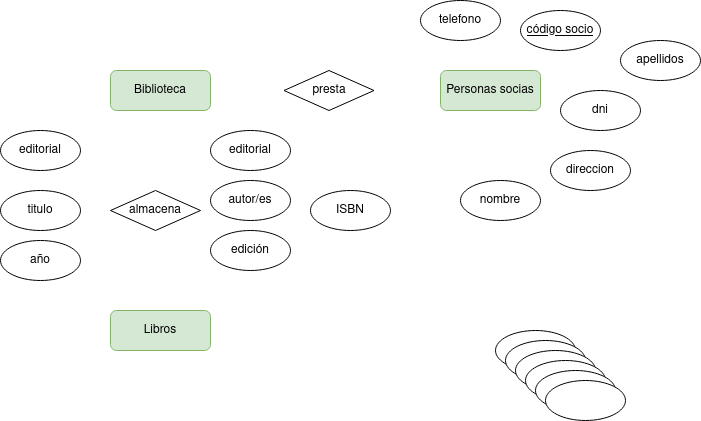
LuisMGlez/base-datos keeps this draw.io diagram as Unidad-1/Tareas/Tarea-6/Ejercicio7.drawio.png. Above is the earlier version. Source tidied: cells renumbered, new cells last; positions are measured from the earlier drawing's top-left corner, leaving out a move shared by most shapes.
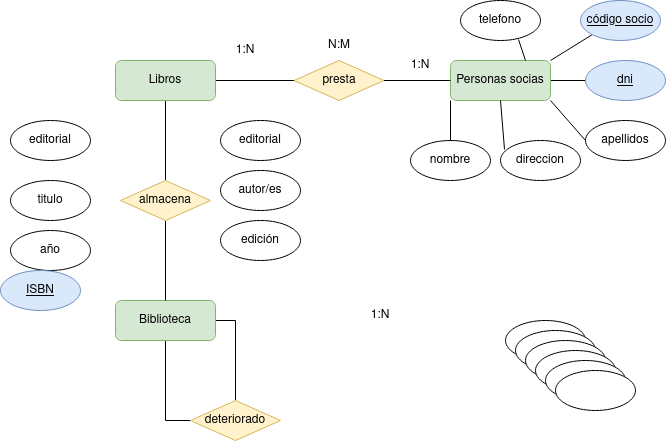
The same file after the commit.

Diff of the diagram source:
```diff
@@ -2,19 +2,49 @@
   <root>
     <mxCell id="0" />
     <mxCell id="1" parent="0" />
+    <mxCell id="26" style="rounded=0;jettySize=auto;html=1;exitX=0;exitY=1;exitDx=0;exitDy=0;endArrow=none;endFill=0;" parent="1" edge="1" source="2" target="10">
+      <mxGeometry relative="1" as="geometry" />
+    </mxCell>
+    <mxCell id="27" style="rounded=0;jettySize=auto;html=1;exitX=1;exitY=1;exitDx=0;exitDy=0;entryX=0;entryY=0.5;entryDx=0;entryDy=0;endArrow=none;endFill=0;" parent="1" edge="1" source="2" target="9">
+      <mxGeometry relative="1" as="geometry" />
+    </mxCell>
+    <mxCell id="28" style="rounded=0;jettySize=auto;html=1;exitX=1;exitY=0;exitDx=0;exitDy=0;entryX=0;entryY=1;entryDx=0;entryDy=0;endArrow=none;endFill=0;" parent="1" edge="1" source="2" target="14">
+      <mxGeometry relative="1" as="geometry" />
+    </mxCell>
+    <mxCell id="29" style="edgeStyle=orthogonalEdgeStyle;rounded=0;jettySize=auto;html=1;exitX=1;exitY=0.5;exitDx=0;exitDy=0;entryX=0;entryY=0.5;entryDx=0;entryDy=0;endArrow=none;endFill=0;" parent="1" edge="1" source="2" target="13">
+      <mxGeometry relative="1" as="geometry" />
+    </mxCell>
     <mxCell id="2" value="Personas socias" style="rounded=1;whiteSpace=wrap;html=1;fillColor=#d5e8d4;strokeColor=#82b366;" parent="1" vertex="1">
       <mxGeometry x="440" y="70" width="100" height="40" as="geometry" />
     </mxCell>
+    <mxCell id="30" style="edgeStyle=orthogonalEdgeStyle;rounded=0;jettySize=auto;html=1;exitX=0.5;exitY=1;exitDx=0;exitDy=0;entryX=0.5;entryY=0;entryDx=0;entryDy=0;endArrow=none;endFill=0;" parent="1" edge="1" source="3" target="6">
+      <mxGeometry relative="1" as="geometry" />
+    </mxCell>
+    <mxCell id="31" style="edgeStyle=orthogonalEdgeStyle;rounded=0;jettySize=auto;html=1;exitX=1;exitY=0.5;exitDx=0;exitDy=0;entryX=0;entryY=0.5;entryDx=0;entryDy=0;endArrow=none;endFill=0;" parent="1" edge="1" source="3" target="5">
+      <mxGeometry relative="1" as="geometry" />
+    </mxCell>
     <mxCell id="3" value="Libros" style="rounded=1;whiteSpace=wrap;html=1;fillColor=#d5e8d4;strokeColor=#82b366;" parent="1" vertex="1">
-      <mxGeometry x="110" y="310" width="100" height="40" as="geometry" />
+      <mxGeometry x="105" y="70" width="100" height="40" as="geometry" />
     </mxCell>
+    <mxCell id="32" style="edgeStyle=orthogonalEdgeStyle;rounded=0;jettySize=auto;html=1;exitX=1;exitY=0.5;exitDx=0;exitDy=0;entryX=0.5;entryY=0;entryDx=0;entryDy=0;endArrow=none;endFill=0;" parent="1" edge="1" source="4" target="36">
+      <mxGeometry relative="1" as="geometry" />
+    </mxCell>
+    <mxCell id="33" style="edgeStyle=orthogonalEdgeStyle;rounded=0;jettySize=auto;html=1;exitX=0.5;exitY=1;exitDx=0;exitDy=0;entryX=0;entryY=0.5;entryDx=0;entryDy=0;endArrow=none;endFill=0;" parent="1" edge="1" source="4" target="36">
+      <mxGeometry relative="1" as="geometry" />
+    </mxCell>
     <mxCell id="4" value="Biblioteca" style="rounded=1;whiteSpace=wrap;html=1;fillColor=#d5e8d4;strokeColor=#82b366;" parent="1" vertex="1">
-      <mxGeometry x="110" y="70" width="100" height="40" as="geometry" />
+      <mxGeometry x="105" y="310" width="100" height="40" as="geometry" />
     </mxCell>
+    <mxCell id="34" style="rounded=0;jettySize=auto;html=1;exitX=1;exitY=0.5;exitDx=0;exitDy=0;entryX=1;entryY=1;entryDx=0;entryDy=0;endArrow=none;endFill=0;" parent="1" edge="1" source="5" target="39">
+      <mxGeometry relative="1" as="geometry" />
+    </mxCell>
-    <mxCell id="5" value="presta" style="rhombus;whiteSpace=wrap;html=1;" parent="1" vertex="1">
+    <mxCell id="5" value="presta" style="rhombus;whiteSpace=wrap;html=1;fillColor=#fff2cc;strokeColor=#d6b656;" parent="1" vertex="1">
       <mxGeometry x="283.5" y="70" width="90" height="40" as="geometry" />
     </mxCell>
+    <mxCell id="35" style="edgeStyle=orthogonalEdgeStyle;rounded=0;jettySize=auto;html=1;exitX=0.5;exitY=1;exitDx=0;exitDy=0;entryX=0.5;entryY=0;entryDx=0;entryDy=0;endArrow=none;endFill=0;" parent="1" edge="1" source="6" target="4">
+      <mxGeometry relative="1" as="geometry" />
+    </mxCell>
-    <mxCell id="6" value="almacena" style="rhombus;whiteSpace=wrap;html=1;" parent="1" vertex="1">
+    <mxCell id="6" value="almacena" style="rhombus;whiteSpace=wrap;html=1;fillColor=#fff2cc;strokeColor=#d6b656;" parent="1" vertex="1">
       <mxGeometry x="110" y="190" width="90" height="40" as="geometry" />
     </mxCell>
     <mxCell id="7" style="ellipse;whiteSpace=wrap;html=1;" parent="1" vertex="1">
@@ -24,22 +54,22 @@
       <mxGeometry x="210" y="130" width="80" height="40" as="geometry" />
     </mxCell>
     <mxCell id="9" value="apellidos" style="ellipse;whiteSpace=wrap;html=1;" parent="1" vertex="1">
-      <mxGeometry x="620" y="40" width="80" height="40" as="geometry" />
+      <mxGeometry x="575" y="130" width="80" height="40" as="geometry" />
     </mxCell>
     <mxCell id="10" value="nombre" style="ellipse;whiteSpace=wrap;html=1;" parent="1" vertex="1">
-      <mxGeometry x="460" y="180" width="80" height="40" as="geometry" />
+      <mxGeometry x="400" y="150" width="80" height="40" as="geometry" />
     </mxCell>
     <mxCell id="11" value="telefono" style="ellipse;whiteSpace=wrap;html=1;" parent="1" vertex="1">
-      <mxGeometry x="420" width="80" height="40" as="geometry" />
+      <mxGeometry x="450" y="10" width="80" height="40" as="geometry" />
     </mxCell>
     <mxCell id="12" value="direccion" style="ellipse;whiteSpace=wrap;html=1;" parent="1" vertex="1">
-      <mxGeometry x="550" y="150" width="80" height="40" as="geometry" />
+      <mxGeometry x="490" y="150" width="80" height="40" as="geometry" />
     </mxCell>
-    <mxCell id="13" value="dni" style="ellipse;whiteSpace=wrap;html=1;" parent="1" vertex="1">
-      <mxGeometry x="560" y="90" width="80" height="40" as="geometry" />
+    <mxCell id="13" value="&lt;u&gt;dni&lt;/u&gt;" style="ellipse;whiteSpace=wrap;html=1;fillColor=#dae8fc;strokeColor=#6c8ebf;" parent="1" vertex="1">
+      <mxGeometry x="575" y="70" width="80" height="40" as="geometry" />
     </mxCell>
-    <mxCell id="14" value="&lt;u&gt;código socio&lt;br&gt;&lt;/u&gt;" style="ellipse;whiteSpace=wrap;html=1;" parent="1" vertex="1">
-      <mxGeometry x="520" y="10" width="80" height="40" as="geometry" />
+    <mxCell id="14" value="&lt;u&gt;código socio&lt;br&gt;&lt;/u&gt;" style="ellipse;whiteSpace=wrap;html=1;fillColor=#dae8fc;strokeColor=#6c8ebf;" parent="1" vertex="1">
+      <mxGeometry x="570" y="10" width="80" height="40" as="geometry" />
     </mxCell>
     <mxCell id="15" value="edición" style="ellipse;whiteSpace=wrap;html=1;" parent="1" vertex="1">
       <mxGeometry x="210" y="230" width="80" height="40" as="geometry" />
@@ -71,8 +101,29 @@
     <mxCell id="24" style="ellipse;whiteSpace=wrap;html=1;" parent="1" vertex="1">
       <mxGeometry x="545" y="380" width="80" height="40" as="geometry" />
     </mxCell>
-    <mxCell id="25" value="ISBN" style="ellipse;whiteSpace=wrap;html=1;" parent="1" vertex="1">
-      <mxGeometry x="310" y="190" width="80" height="40" as="geometry" />
+    <mxCell id="25" value="&lt;u&gt;ISBN&lt;/u&gt;" style="ellipse;whiteSpace=wrap;html=1;fillColor=#dae8fc;strokeColor=#6c8ebf;" parent="1" vertex="1">
+      <mxGeometry x="-10" y="280" width="80" height="40" as="geometry" />
     </mxCell>
+    <mxCell id="36" value="deteriorado" style="rhombus;whiteSpace=wrap;html=1;fillColor=#fff2cc;strokeColor=#d6b656;" parent="1" vertex="1">
+      <mxGeometry x="180" y="410" width="90" height="40" as="geometry" />
+    </mxCell>
+    <mxCell id="37" value="1:N" style="text;strokeColor=none;align=center;fillColor=none;html=1;verticalAlign=middle;whiteSpace=wrap;rounded=0;" parent="1" vertex="1">
+      <mxGeometry x="340" y="310" width="60" height="30" as="geometry" />
+    </mxCell>
+    <mxCell id="38" value="N:M" style="text;strokeColor=none;align=center;fillColor=none;html=1;verticalAlign=middle;whiteSpace=wrap;rounded=0;" parent="1" vertex="1">
+      <mxGeometry x="298.5" y="40" width="60" height="30" as="geometry" />
+    </mxCell>
+    <mxCell id="39" value="1:N" style="text;strokeColor=none;align=center;fillColor=none;html=1;verticalAlign=middle;whiteSpace=wrap;rounded=0;" parent="1" vertex="1">
+      <mxGeometry x="380" y="60" width="60" height="30" as="geometry" />
+    </mxCell>
+    <mxCell id="40" value="1:N" style="text;strokeColor=none;align=center;fillColor=none;html=1;verticalAlign=middle;whiteSpace=wrap;rounded=0;" parent="1" vertex="1">
+      <mxGeometry x="205" y="45" width="60" height="30" as="geometry" />
+    </mxCell>
+    <mxCell id="41" style="rounded=0;jettySize=auto;html=1;exitX=0.5;exitY=1;exitDx=0;exitDy=0;entryX=0.05;entryY=0.225;entryDx=0;entryDy=0;entryPerimeter=0;endArrow=none;endFill=0;" parent="1" edge="1" source="2" target="12">
+      <mxGeometry relative="1" as="geometry" />
+    </mxCell>
+    <mxCell id="42" style="rounded=0;jettySize=auto;html=1;exitX=0.75;exitY=0;exitDx=0;exitDy=0;entryX=0.725;entryY=0.975;entryDx=0;entryDy=0;entryPerimeter=0;endArrow=none;endFill=0;" parent="1" edge="1" source="2" target="11">
+      <mxGeometry relative="1" as="geometry" />
+    </mxCell>
   </root>
 </mxGraphModel>
```
